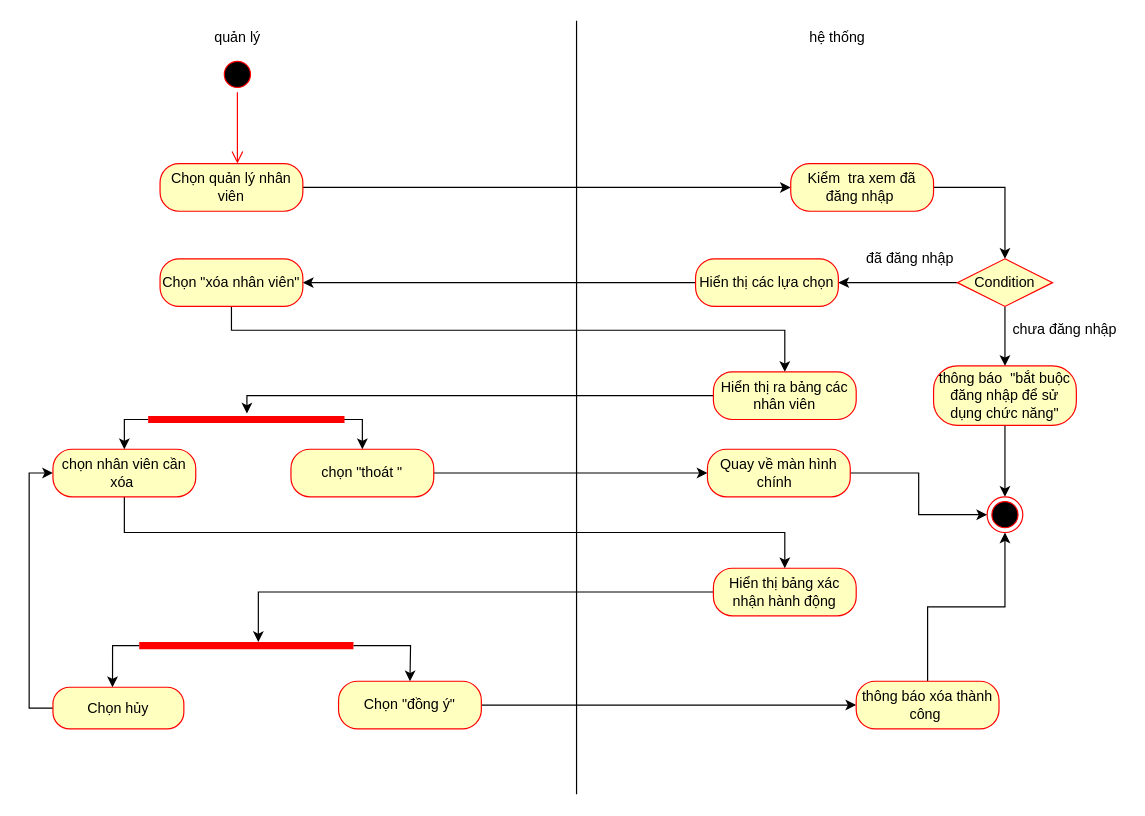
Earlier version of the draw.io diagram page "Xóa nhân viên" (3 of 16) of Untitled Diagram.drawio (sonha1/aaaa). Source tidied: cells renumbered, new cells numbered last; positions are measured from the earlier drawing's top-left corner, leaving out a move shared by most shapes. Both pictures are drawn from the tidied source at 119%, with x=0, y=0 at pixel (29, 20).
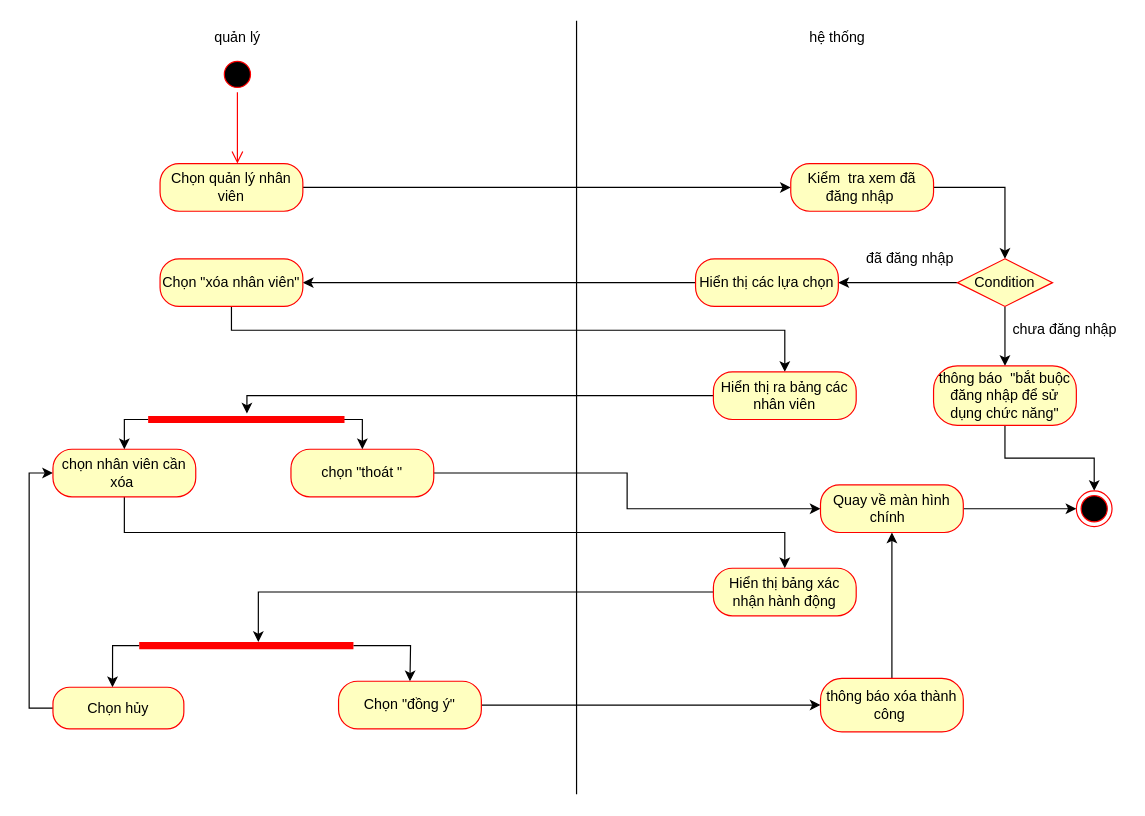
Above is the later version.

Unchanged cells that the change refers to:
```xml
<mxCell id="18" value="thông báo&amp;nbsp; &quot;bắt buộc đăng nhập để sử dụng chức năng&quot;" style="rounded=1;whiteSpace=wrap;html=1;arcSize=40;fontColor=#000000;fillColor=#ffffc0;strokeColor=#ff0000;" parent="1" vertex="1">
  <mxGeometry x="760" y="290" width="120" height="50" as="geometry" />
</mxCell>
<mxCell id="24" value="chọn &quot;thoát &quot;" style="rounded=1;whiteSpace=wrap;html=1;arcSize=40;fontColor=#000000;fillColor=#ffffc0;strokeColor=#ff0000;" parent="1" vertex="1">
  <mxGeometry x="220" y="360" width="120" height="40" as="geometry" />
</mxCell>
```

The edit, as a diff of the source:
```diff
@@
-    <mxCell id="17" style="edgeStyle=orthogonalEdgeStyle;rounded=0;jettySize=auto;html=1;entryX=0.5;entryY=0;entryDx=0;entryDy=0;" parent="1" edge="1" source="18">
-      <mxGeometry relative="1" as="geometry">
-        <mxPoint x="820" y="400" as="targetPoint" />
-      </mxGeometry>
-    </mxCell>
+    <mxCell id="45" style="edgeStyle=orthogonalEdgeStyle;rounded=0;jettySize=auto;html=1;entryX=0.5;entryY=0;entryDx=0;entryDy=0;" parent="1" edge="1" source="18" target="26">
+      <mxGeometry relative="1" as="geometry" />
+    </mxCell>
@@
-    <mxCell id="23" style="edgeStyle=orthogonalEdgeStyle;rounded=0;jettySize=auto;html=1;" parent="1" edge="1" source="24">
-      <mxGeometry relative="1" as="geometry">
-        <mxPoint x="570" y="380" as="targetPoint" />
-      </mxGeometry>
-    </mxCell>
+    <mxCell id="46" style="edgeStyle=orthogonalEdgeStyle;rounded=0;jettySize=auto;html=1;entryX=0;entryY=0.5;entryDx=0;entryDy=0;" parent="1" edge="1" source="24" target="44">
+      <mxGeometry relative="1" as="geometry" />
+    </mxCell>
@@
     <mxCell id="26" style="ellipse;html=1;shape=endState;fillColor=#000000;strokeColor=#ff0000;" parent="1" vertex="1">
-      <mxGeometry x="805" y="400" width="30" height="30" as="geometry" />
+      <mxGeometry x="880" y="395" width="30" height="30" as="geometry" />
     </mxCell>
@@
-    <mxCell id="36" style="edgeStyle=orthogonalEdgeStyle;rounded=0;jettySize=auto;html=1;" parent="1" edge="1" source="37" target="26">
-      <mxGeometry relative="1" as="geometry" />
-    </mxCell>
+    <mxCell id="47" style="edgeStyle=orthogonalEdgeStyle;rounded=0;jettySize=auto;html=1;entryX=0.5;entryY=1;entryDx=0;entryDy=0;" parent="1" edge="1" source="37" target="44">
+      <mxGeometry relative="1" as="geometry" />
+    </mxCell>
     <mxCell id="37" value="thông báo xóa thành công&amp;nbsp;" style="rounded=1;whiteSpace=wrap;html=1;arcSize=40;fontColor=#000000;fillColor=#ffffc0;strokeColor=#ff0000;" parent="1" vertex="1">
-      <mxGeometry x="695" y="555" width="120" height="40" as="geometry" />
+      <mxGeometry x="665" y="552.5" width="120" height="45" as="geometry" />
     </mxCell>
@@
     <mxCell id="44" value="Quay về màn hình chính&amp;nbsp;&amp;nbsp;" style="rounded=1;whiteSpace=wrap;html=1;arcSize=40;fontColor=#000000;fillColor=#ffffc0;strokeColor=#ff0000;" parent="1" vertex="1">
-      <mxGeometry x="570" y="360" width="120" height="40" as="geometry" />
+      <mxGeometry x="665" y="390" width="120" height="40" as="geometry" />
     </mxCell>
```
